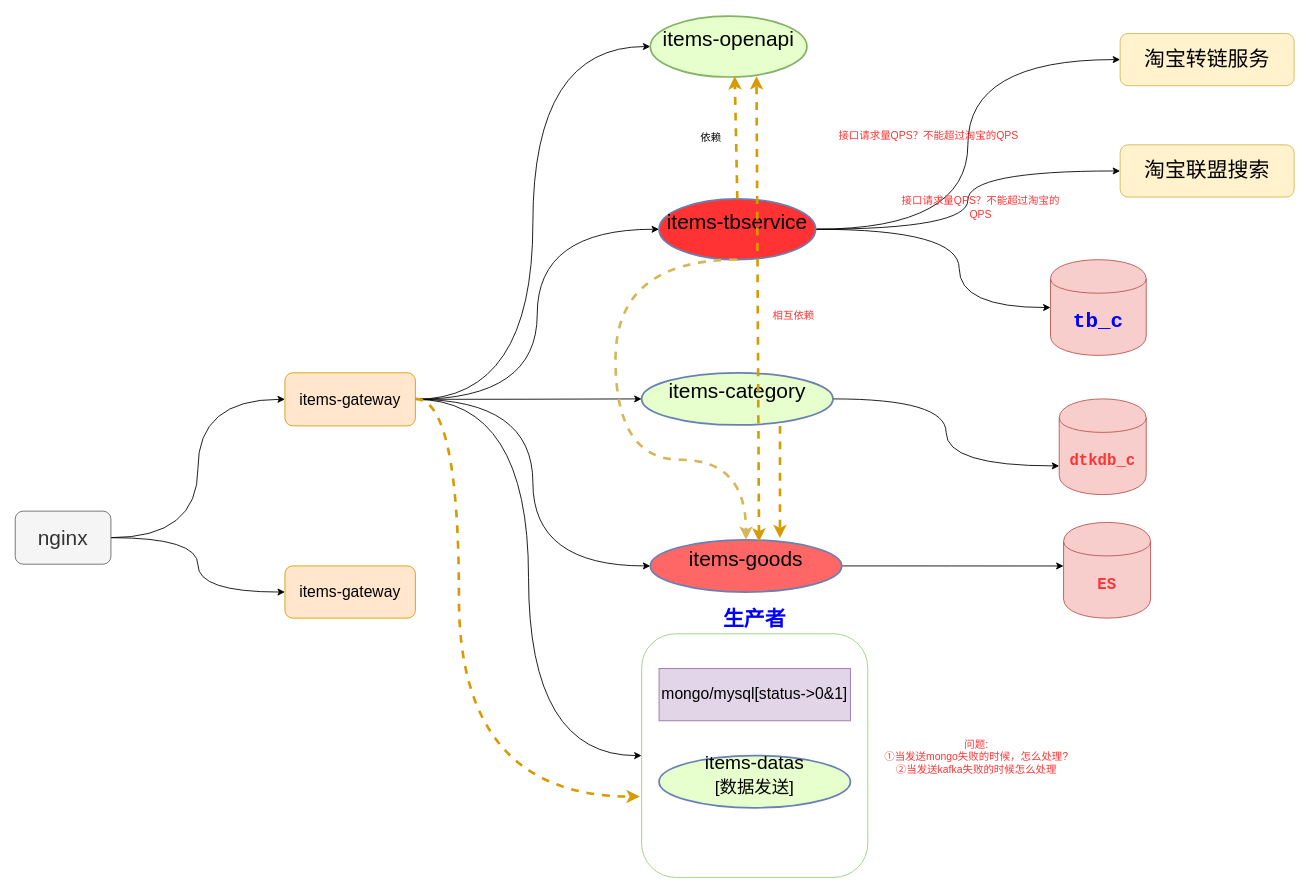
The draw.io diagram page "第 3 页" (3 of 3) of 开放平台服务依赖.drawio in sevenDay2014/dtk, before the edit. Source tidied: cells renumbered, new cells numbered last; positions are measured from the earlier drawing's top-left corner, leaving out a move shared by most shapes. Both pictures are drawn from the tidied source at 87%, with x=0, y=0 at pixel (15, 16).
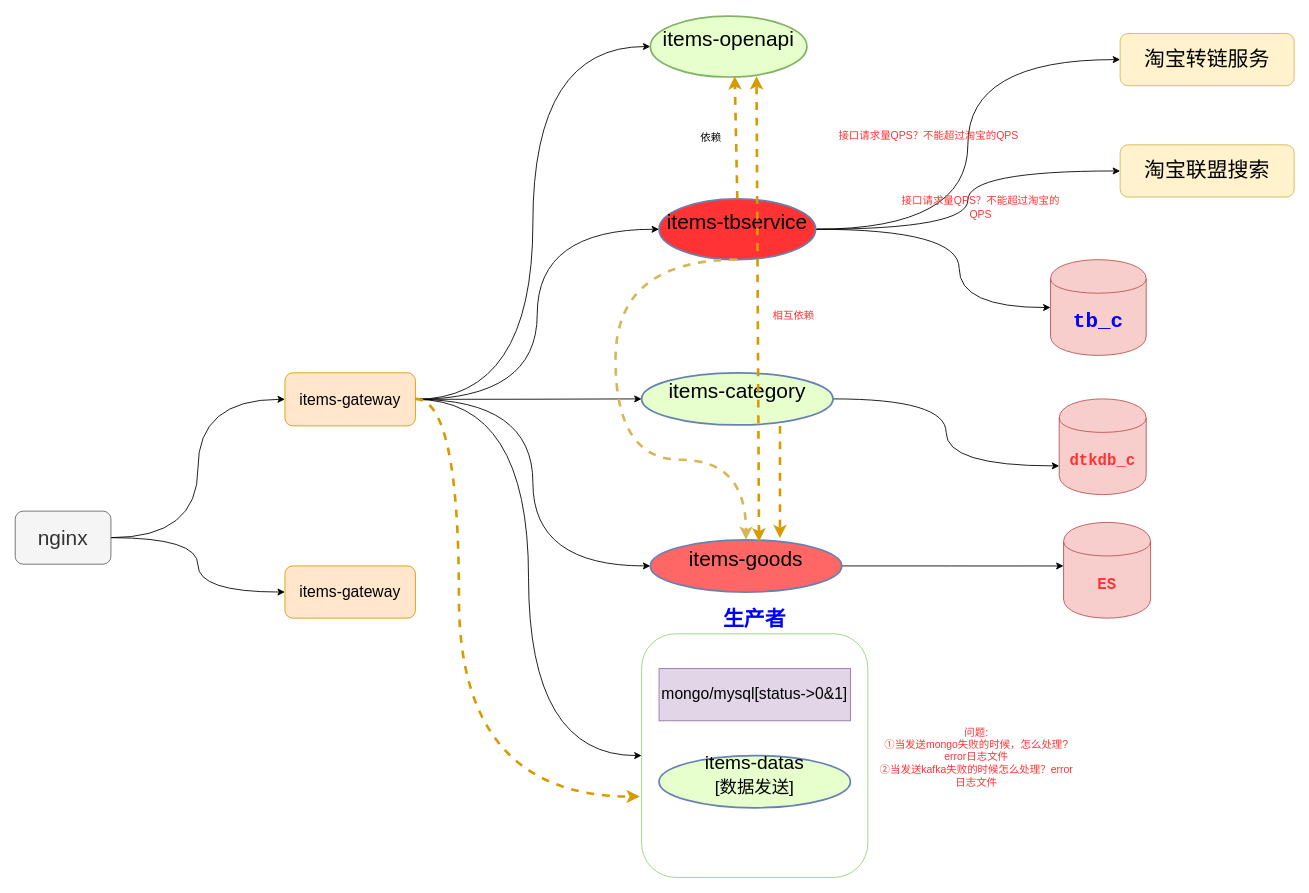
The same page after the edit.

Commit message:
v.1.0.0-feature:进行发送写mongo失败的时候处理日志文件

Change to the diagram source:
```diff
@@
-    <mxCell id="39" value="&lt;font color=&quot;#ff3333&quot;&gt;问题:&lt;br&gt;①当发送mongo失败的时候，怎么处理?&lt;br&gt;②当发送kafka失败的时候怎么处理&lt;/font&gt;&lt;br&gt;" style="text;html=1;strokeColor=none;fillColor=none;align=center;verticalAlign=middle;whiteSpace=wrap;rounded=0;" parent="1" vertex="1">
+    <mxCell id="39" value="&lt;font color=&quot;#ff3333&quot;&gt;问题:&lt;br&gt;①当发送mongo失败的时候，怎么处理?error日志文件&lt;br&gt;②当发送kafka失败的时候怎么处理？error日志文件&lt;/font&gt;&lt;br&gt;" style="text;html=1;strokeColor=none;fillColor=none;align=center;verticalAlign=middle;whiteSpace=wrap;rounded=0;" parent="1" vertex="1">
       <mxGeometry x="990" y="824" width="230" height="56" as="geometry" />
     </mxCell>
```
